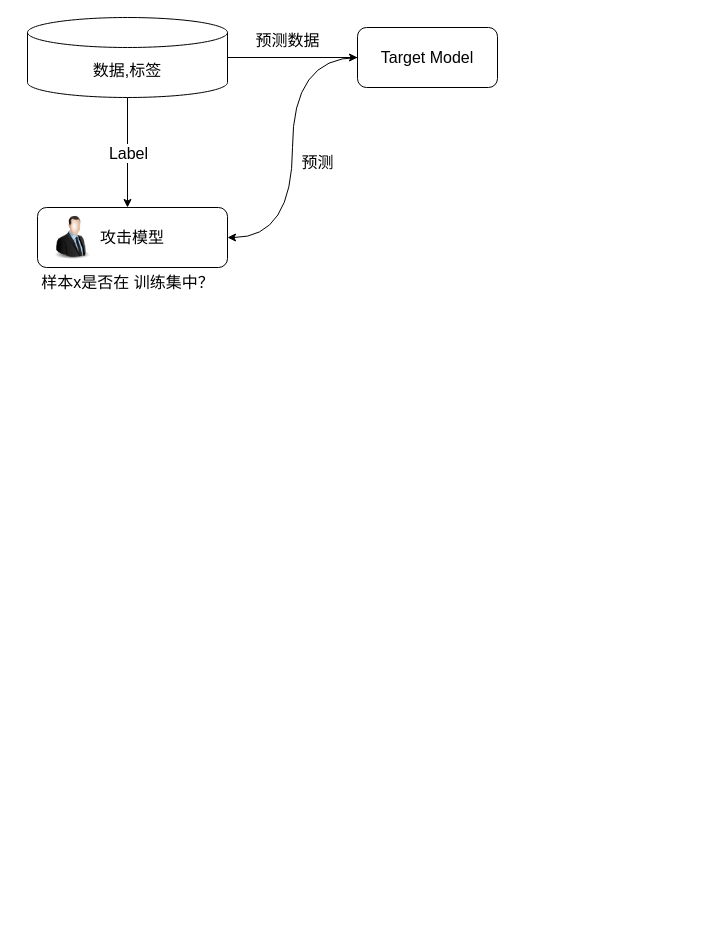
This is page "第 5 页" (5 of 7) of 未命名绘图.drawio from liangliuqi/whu-program, a draw.io file, before an edit. Source tidied: cells renumbered, new cells numbered last; positions are measured from the earlier drawing's top-left corner, leaving out a move shared by most shapes. Both pictures are drawn from the tidied source at 100%, with x=0, y=0 at pixel (17, 17).
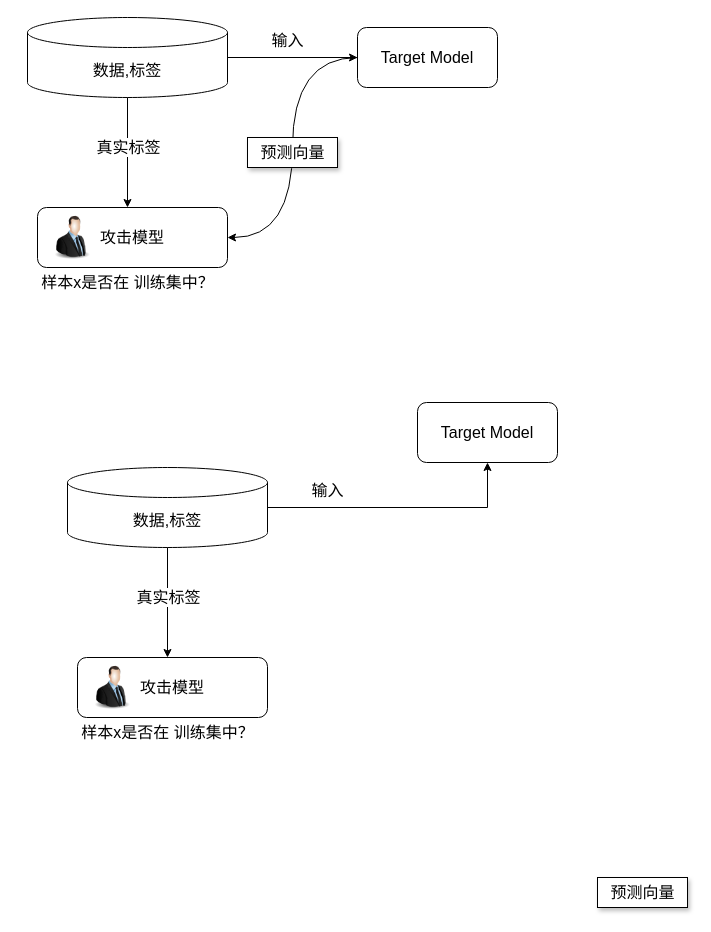
Above is the later version.

Commit message:
更新未命名绘图.drawio

The change refers to these unchanged cells:
```xml
<mxCell id="7" style="endArrow=classic;html=1;rounded=0;fontSize=16;labelBorderColor=none;" parent="1" edge="1" source="3">
  <mxGeometry relative="1" as="geometry">
    <mxPoint x="110" y="190" as="targetPoint" />
  </mxGeometry>
</mxCell>
```

The edit, as a diff of the source:
```diff
@@
-    <mxCell id="8" value="Label" style="edgeLabel;html=1;align=center;verticalAlign=middle;fontSize=16;labelBorderColor=none;" parent="7" vertex="1">
-      <mxGeometry relative="1" as="geometry" />
+    <mxCell id="8" value="真实标签" style="edgeLabel;html=1;align=center;verticalAlign=middle;fontSize=16;labelBorderColor=none;" parent="7" vertex="1">
+      <mxGeometry relative="1" as="geometry">
+        <mxPoint y="-6" as="offset" />
+      </mxGeometry>
     </mxCell>
@@
-    <mxCell id="11" value="预测数据" style="text;html=1;align=center;verticalAlign=middle;strokeColor=none;fillColor=none;fontSize=16;labelBorderColor=none;" parent="1" vertex="1">
-      <mxGeometry x="225" y="8" width="90" height="30" as="geometry" />
+    <mxCell id="11" value="输入" style="text;html=1;align=center;verticalAlign=middle;strokeColor=none;fillColor=none;fontSize=16;labelBorderColor=none;" parent="1" vertex="1">
+      <mxGeometry x="240" y="8" width="60" height="30" as="geometry" />
     </mxCell>
+    <mxCell id="13" value="样本x是否在 训练集中？" style="text;html=1;align=center;verticalAlign=middle;strokeColor=none;fillColor=none;fontSize=16;labelBorderColor=none;" parent="1" vertex="1">
+      <mxGeometry x="10" y="250" width="200" height="30" as="geometry" />
+    </mxCell>
-    <mxCell id="12" value="预测" style="text;html=1;align=center;verticalAlign=middle;strokeColor=none;fillColor=none;fontSize=16;labelBorderColor=none;" parent="1" vertex="1">
-      <mxGeometry x="270" y="130" width="60" height="30" as="geometry" />
+    <mxCell id="12" value="预测向量" style="text;html=1;align=center;verticalAlign=middle;fontSize=16;labelBorderColor=none;shadow=1;fillColor=default;fillStyle=auto;strokeColor=default;" parent="1" vertex="1">
+      <mxGeometry x="230" y="120" width="90" height="30" as="geometry" />
     </mxCell>
-    <mxCell id="13" value="样本x是否在 训练集中？" style="text;html=1;align=center;verticalAlign=middle;strokeColor=none;fillColor=none;fontSize=16;labelBorderColor=none;" parent="1" vertex="1">
-      <mxGeometry x="10" y="250" width="200" height="30" as="geometry" />
-    </mxCell>
+    <mxCell id="14" style="edgeStyle=orthogonalEdgeStyle;rounded=0;jettySize=auto;html=1;fontSize=16;labelBorderColor=none;" parent="1" edge="1" source="15" target="21">
+      <mxGeometry relative="1" as="geometry" />
+    </mxCell>
+    <mxCell id="15" value="数据,标签" style="shape=cylinder3;whiteSpace=wrap;html=1;boundedLbl=1;backgroundOutline=1;size=15;fontSize=16;labelBorderColor=none;" parent="1" vertex="1">
+      <mxGeometry x="50" y="450" width="200" height="80" as="geometry" />
+    </mxCell>
+    <mxCell id="16" style="group;fontSize=16;labelBorderColor=none;" parent="1" vertex="1">
+      <mxGeometry x="40" y="640" width="210" height="60" as="geometry" />
+    </mxCell>
+    <mxCell id="17" value="攻击模型" style="rounded=1;whiteSpace=wrap;html=1;fontSize=16;labelBorderColor=none;" parent="16" vertex="1">
+      <mxGeometry x="20" width="190" height="60" as="geometry" />
+    </mxCell>
+    <mxCell id="18" style="image;html=1;image=img/lib/clip_art/people/Suit_Man_128x128.png;fontSize=16;labelBorderColor=none;" parent="16" vertex="1">
+      <mxGeometry x="20" y="7.5" width="70" height="45" as="geometry" />
+    </mxCell>
+    <mxCell id="19" style="endArrow=classic;html=1;rounded=0;fontSize=16;labelBorderColor=none;" parent="1" edge="1" source="15">
+      <mxGeometry relative="1" as="geometry">
+        <mxPoint x="150" y="640" as="targetPoint" />
+      </mxGeometry>
+    </mxCell>
+    <mxCell id="20" value="真实标签" style="edgeLabel;html=1;align=center;verticalAlign=middle;fontSize=16;labelBorderColor=none;" parent="19" vertex="1">
+      <mxGeometry relative="1" as="geometry">
+        <mxPoint y="-6" as="offset" />
+      </mxGeometry>
+    </mxCell>
+    <mxCell id="21" value="Target Model" style="rounded=1;whiteSpace=wrap;html=1;fontSize=16;labelBorderColor=none;" parent="1" vertex="1">
+      <mxGeometry x="400" y="385" width="140" height="60" as="geometry" />
+    </mxCell>
+    <mxCell id="22" value="输入" style="text;html=1;align=center;verticalAlign=middle;strokeColor=none;fillColor=none;fontSize=16;labelBorderColor=none;" parent="1" vertex="1">
+      <mxGeometry x="280" y="458" width="60" height="30" as="geometry" />
+    </mxCell>
+    <mxCell id="23" value="样本x是否在 训练集中？" style="text;html=1;align=center;verticalAlign=middle;strokeColor=none;fillColor=none;fontSize=16;labelBorderColor=none;" parent="1" vertex="1">
+      <mxGeometry x="50" y="700" width="200" height="30" as="geometry" />
+    </mxCell>
+    <mxCell id="24" value="预测向量" style="text;html=1;align=center;verticalAlign=middle;fontSize=16;labelBorderColor=none;shadow=1;fillColor=default;fillStyle=auto;strokeColor=default;" parent="1" vertex="1">
+      <mxGeometry x="580" y="860" width="90" height="30" as="geometry" />
+    </mxCell>
```
